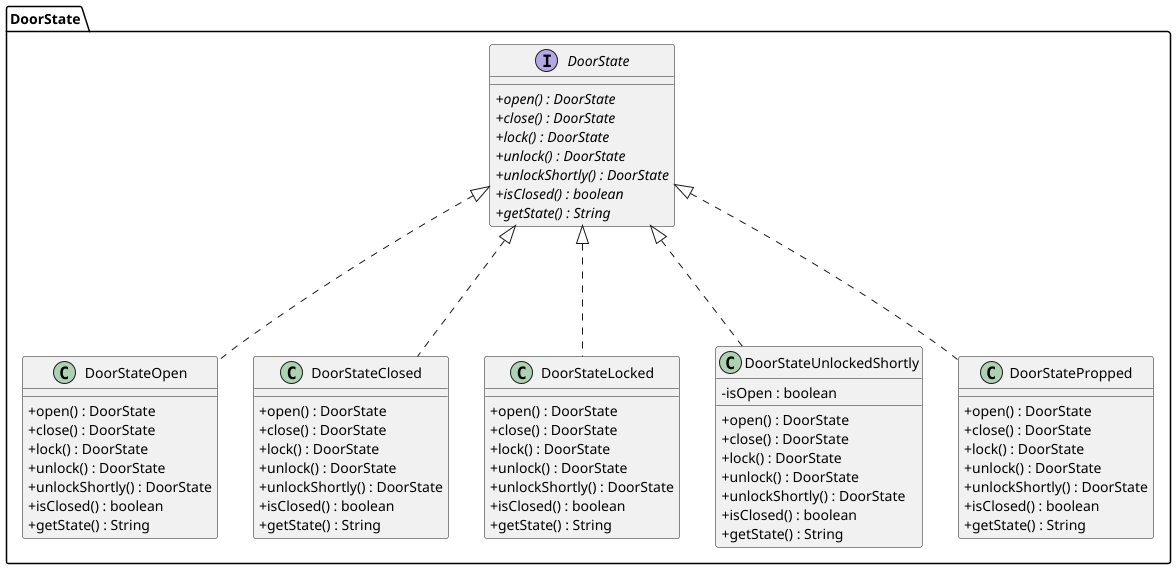
This is src/baseNoStates/uml/package_DoorState.png from PatataZezy/PracticaDS, a PlantUML export, as it was before one commit.
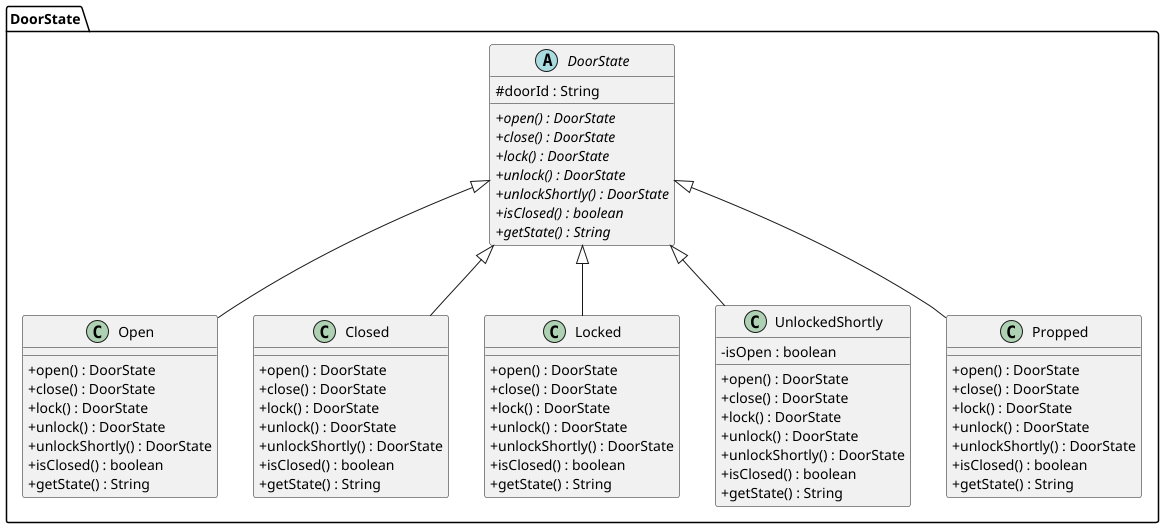
The same diagram one commit later.

The edit, as a diff of the source:
```diff
@@ -2,7 +2,8 @@
 skinparam classAttributeIconSize 0
 
 package "DoorState" {
-    interface "DoorState" {
+    abstract class "DoorState" {
+        # doorId : String
         + {abstract} open() : DoorState
         + {abstract} close() : DoorState
         + {abstract} lock() : DoorState
@@ -12,7 +13,7 @@
         + {abstract} getState() : String
     }
 
-    class "DoorStateOpen" {
+    class "Open" extends "DoorState" {
         + open() : DoorState
         + close() : DoorState
         + lock() : DoorState
@@ -22,7 +23,7 @@
         + getState() : String
     }
 
-    class "DoorStateClosed" {
+    class "Closed" extends "DoorState" {
         + open() : DoorState
         + close() : DoorState
         + lock() : DoorState
@@ -32,7 +33,7 @@
         + getState() : String
     }
 
-    class "DoorStateLocked" {
+    class "Locked" extends "DoorState" {
         + open() : DoorState
         + close() : DoorState
         + lock() : DoorState
@@ -42,7 +43,7 @@
         + getState() : String
     }
 
-    class "DoorStateUnlockedShortly" {
+    class "UnlockedShortly" extends "DoorState" {
         - isOpen : boolean
         + open() : DoorState
         + close() : DoorState
@@ -53,7 +54,7 @@
         + getState() : String
     }
 
-    class "DoorStatePropped" {
+    class "Propped" extends "DoorState" {
         + open() : DoorState
         + close() : DoorState
         + lock() : DoorState
@@ -62,11 +63,5 @@
         + isClosed() : boolean
         + getState() : String
     }
-
-    "DoorState" <|... "DoorStateOpen"
-    "DoorState" <|... "DoorStateClosed"
-    "DoorState" <|... "DoorStateLocked"
-    "DoorState" <|... "DoorStateUnlockedShortly"
-    "DoorState" <|... "DoorStatePropped"
 }
 @enduml
```
